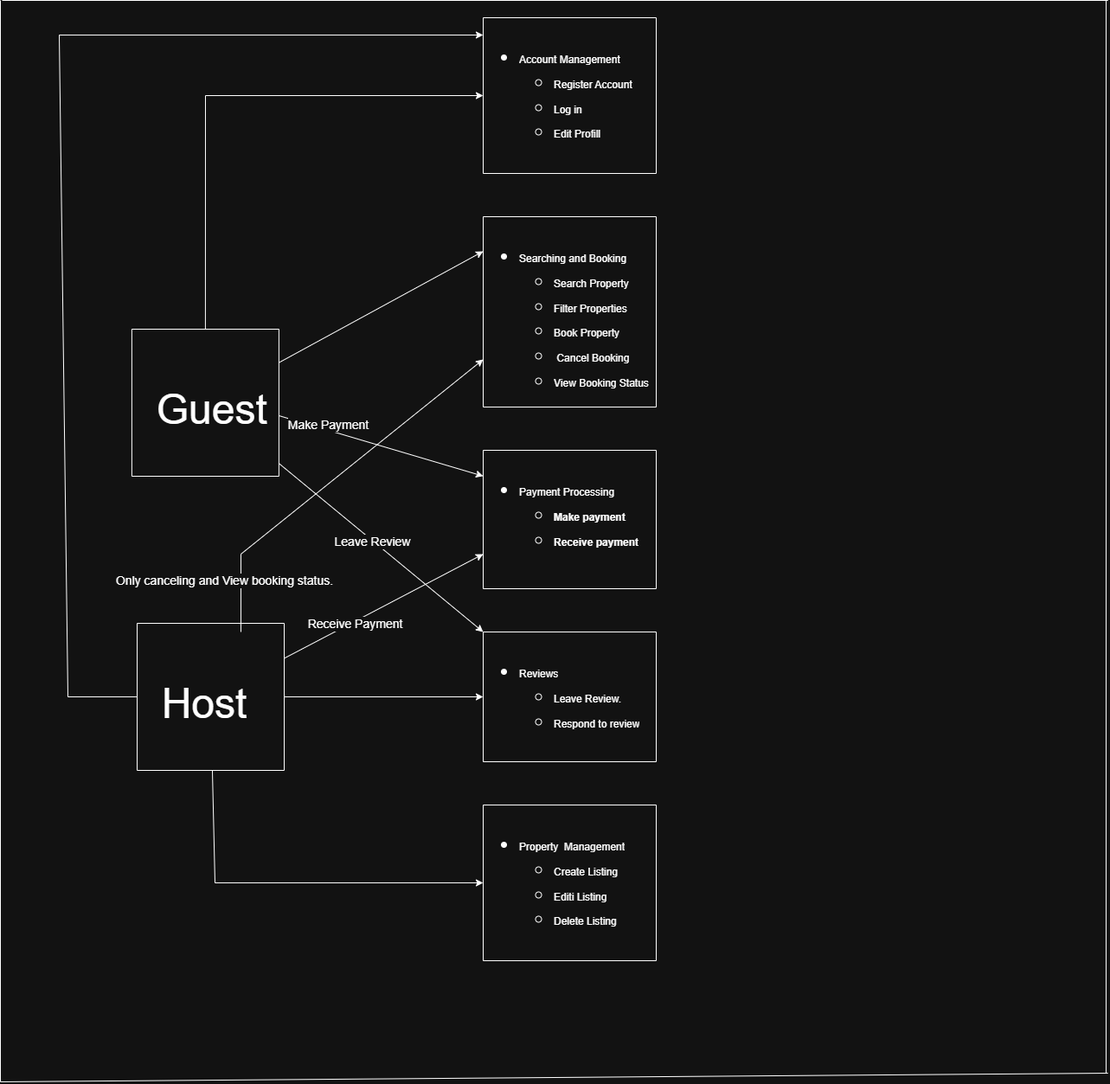
Earlier version of the draw.io export use-case-diagram/UseCase.png (Menwuyelet/alx-airbnb-project-documentation). Source tidied: cells renumbered, new cells last; positions are measured from the earlier drawing's top-left corner, leaving out a move shared by most shapes.
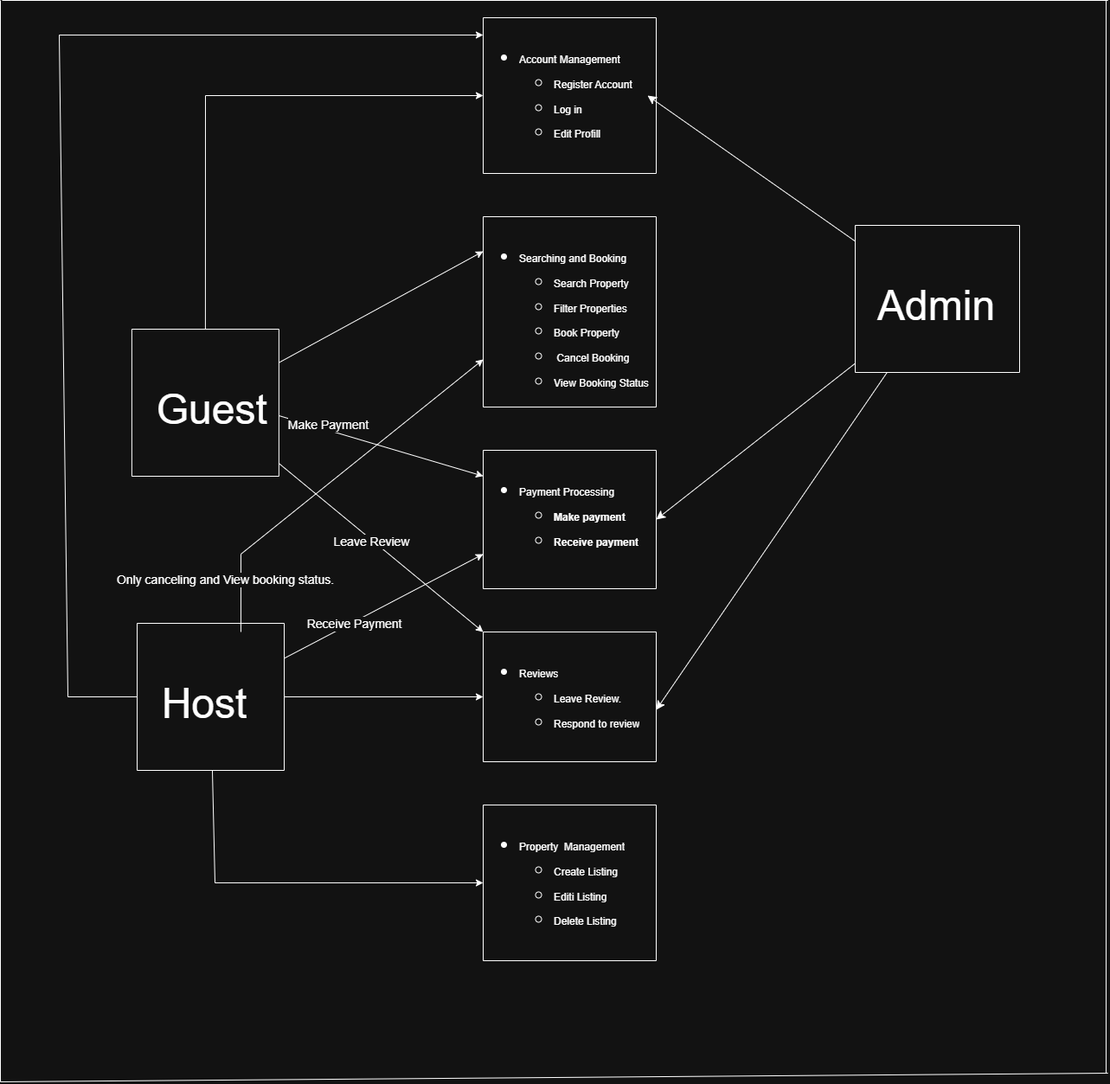
Above is the later version.

What changed in the source:
```diff
@@ -204,5 +204,38 @@
     <mxCell id="53" style="endArrow=none;html=1;rounded=0;entryX=0;entryY=1;entryDx=0;entryDy=0;exitX=1;exitY=1;exitDx=0;exitDy=0;" parent="1" edge="1" source="49" target="49">
       <mxGeometry relative="1" as="geometry" />
     </mxCell>
+    <mxCell id="54" value="&lt;h1 style=&quot;margin-top: 0px;&quot;&gt;&lt;div style=&quot;text-align: center;&quot;&gt;&lt;br&gt;&lt;/div&gt;&lt;/h1&gt;" style="text;html=1;whiteSpace=wrap;overflow=hidden;rounded=0;" parent="1" vertex="1">
+      <mxGeometry x="988" y="260" width="190" height="170" as="geometry" />
+    </mxCell>
+    <mxCell id="55" style="endArrow=none;html=1;rounded=0;entryX=0;entryY=1;entryDx=0;entryDy=0;exitX=1;exitY=1;exitDx=0;exitDy=0;" parent="1" edge="1" source="54" target="54">
+      <mxGeometry relative="1" as="geometry" />
+    </mxCell>
+    <mxCell id="56" style="endArrow=none;html=1;rounded=0;entryX=0;entryY=0;entryDx=0;entryDy=0;exitX=0;exitY=1;exitDx=0;exitDy=0;" parent="1" edge="1" source="54" target="54">
+      <mxGeometry relative="1" as="geometry" />
+    </mxCell>
+    <mxCell id="57" style="endArrow=none;html=1;rounded=0;entryX=1;entryY=0;entryDx=0;entryDy=0;exitX=0;exitY=0;exitDx=0;exitDy=0;" parent="1" edge="1" source="54" target="54">
+      <mxGeometry relative="1" as="geometry" />
+    </mxCell>
+    <mxCell id="58" style="endArrow=none;html=1;rounded=0;exitX=1;exitY=1;exitDx=0;exitDy=0;entryX=1;entryY=0;entryDx=0;entryDy=0;" parent="1" edge="1" source="54" target="54">
+      <mxGeometry relative="1" as="geometry" />
+    </mxCell>
+    <mxCell id="59" style="edgeStyle=none;curved=1;rounded=0;jettySize=auto;html=1;fontSize=12;startSize=8;endSize=8;" parent="1" edge="1" source="62">
+      <mxGeometry relative="1" as="geometry">
+        <mxPoint x="748" y="110" as="targetPoint" />
+      </mxGeometry>
+    </mxCell>
+    <mxCell id="60" style="edgeStyle=none;curved=1;rounded=0;jettySize=auto;html=1;fontSize=12;startSize=8;endSize=8;" parent="1" edge="1" source="62">
+      <mxGeometry relative="1" as="geometry">
+        <mxPoint x="758" y="600" as="targetPoint" />
+      </mxGeometry>
+    </mxCell>
+    <mxCell id="61" style="edgeStyle=none;curved=1;rounded=0;jettySize=auto;html=1;fontSize=12;startSize=8;endSize=8;" parent="1" edge="1" source="62">
+      <mxGeometry relative="1" as="geometry">
+        <mxPoint x="758" y="820" as="targetPoint" />
+      </mxGeometry>
+    </mxCell>
+    <mxCell id="62" value="&lt;h1 style=&quot;margin-top: 0px;&quot;&gt;&lt;div style=&quot;text-align: center;&quot;&gt;&lt;span style=&quot;font-weight: 400; white-space: pre;&quot;&gt;&lt;font style=&quot;font-size: 48px;&quot;&gt;&lt;br&gt;&lt;/font&gt;&lt;/span&gt;&lt;/div&gt;&lt;div style=&quot;text-align: center;&quot;&gt;&lt;span style=&quot;font-weight: 400; white-space: pre;&quot;&gt;&lt;font style=&quot;font-size: 48px;&quot;&gt;  Admin&lt;/font&gt;&lt;/span&gt;&lt;/div&gt;&lt;/h1&gt;" style="text;html=1;whiteSpace=wrap;overflow=hidden;rounded=0;" parent="1" vertex="1">
+      <mxGeometry x="988" y="260" width="190" height="170" as="geometry" />
+    </mxCell>
   </root>
 </mxGraphModel>
```
